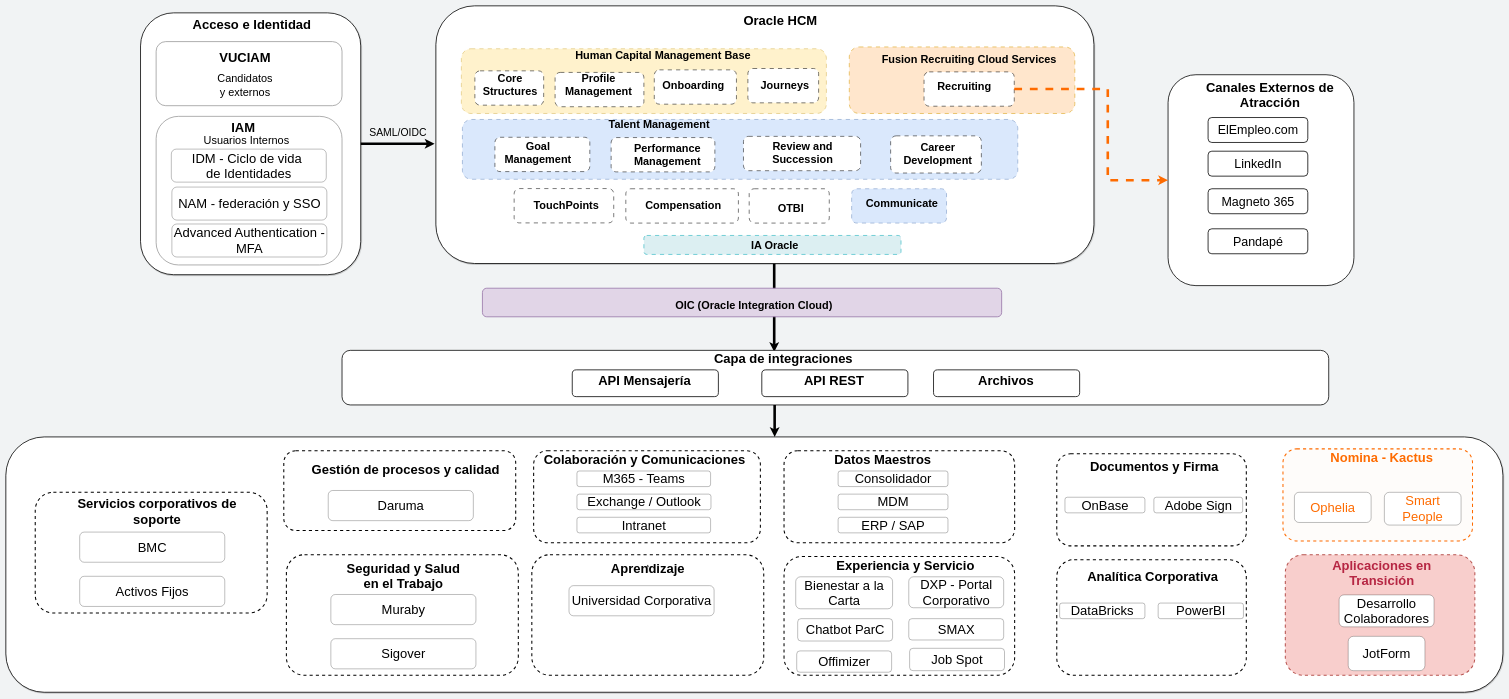
Earlier version of the draw.io diagram page "Page-2" (2 of 2) of HCM.drawio (carlosvalderrama1204/diagrams). Source tidied: cells renumbered, new cells numbered last; positions are measured from the earlier drawing's top-left corner, leaving out a move shared by most shapes. Both pictures are drawn from the tidied source at 26%, with x=0, y=0 at pixel (6, 6).
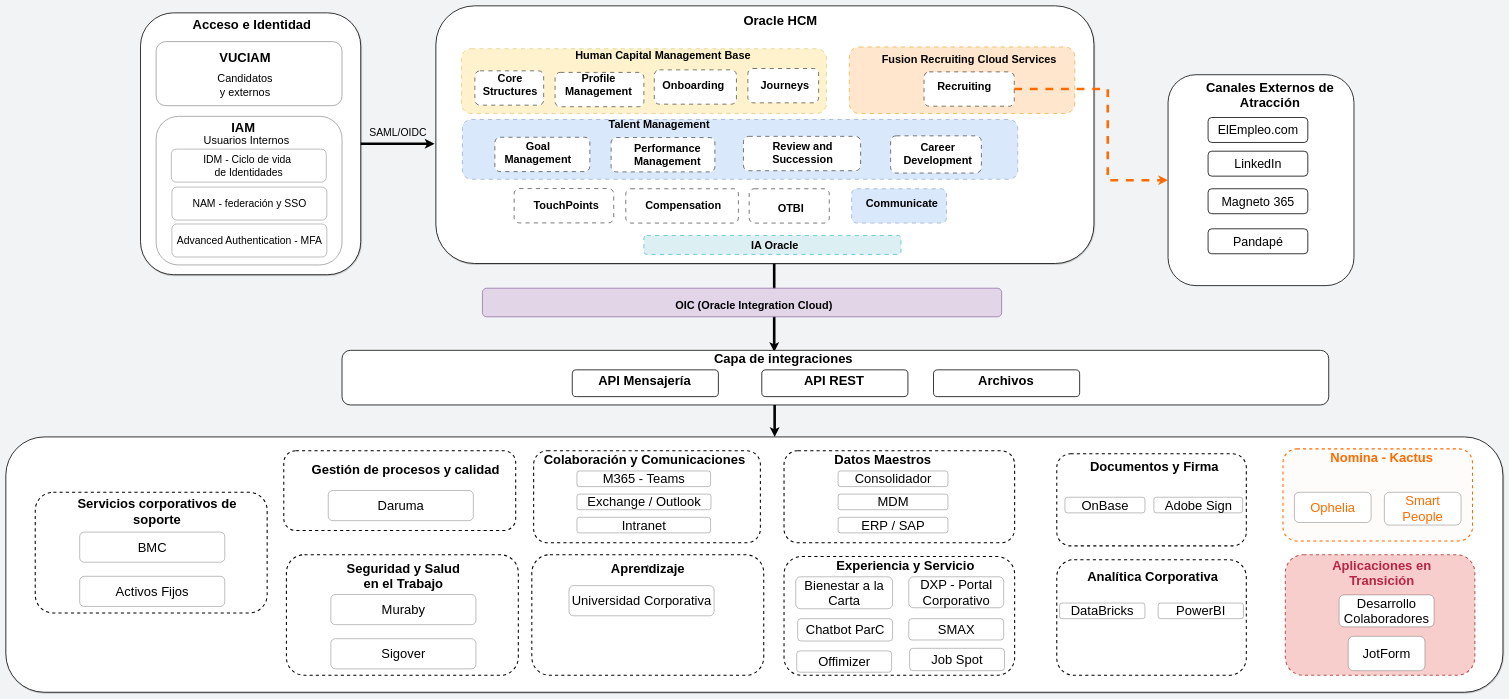
The same page after the edit.

What changed in the source:
```diff
@@
-    <mxCell id="116" value="IDM - Ciclo de vida&amp;nbsp;&lt;div&gt;de Identidades&lt;/div&gt;" style="rounded=1;whiteSpace=wrap;html=1;fontSize=50;" parent="1" vertex="1">
+    <mxCell id="116" value="IDM - Ciclo de vida&amp;nbsp;&lt;div&gt;de Identidades&lt;/div&gt;" style="rounded=1;whiteSpace=wrap;html=1;fontSize=40;" parent="1" vertex="1">
       <mxGeometry x="636.4" y="551" width="596" height="127" as="geometry" />
     </mxCell>
-    <mxCell id="117" value="NAM - federación y SSO" style="rounded=1;whiteSpace=wrap;html=1;fontSize=50;" parent="1" vertex="1">
+    <mxCell id="117" value="NAM - federación y SSO" style="rounded=1;whiteSpace=wrap;html=1;fontSize=40;" parent="1" vertex="1">
       <mxGeometry x="638.6" y="697" width="596" height="127" as="geometry" />
     </mxCell>
-    <mxCell id="118" value="Advanced Authentication - MFA" style="rounded=1;whiteSpace=wrap;html=1;fontSize=50;" parent="1" vertex="1">
+    <mxCell id="118" value="Advanced Authentication - MFA" style="rounded=1;whiteSpace=wrap;html=1;fontSize=40;" parent="1" vertex="1">
       <mxGeometry x="638.6" y="839" width="596" height="127" as="geometry" />
     </mxCell>
```
